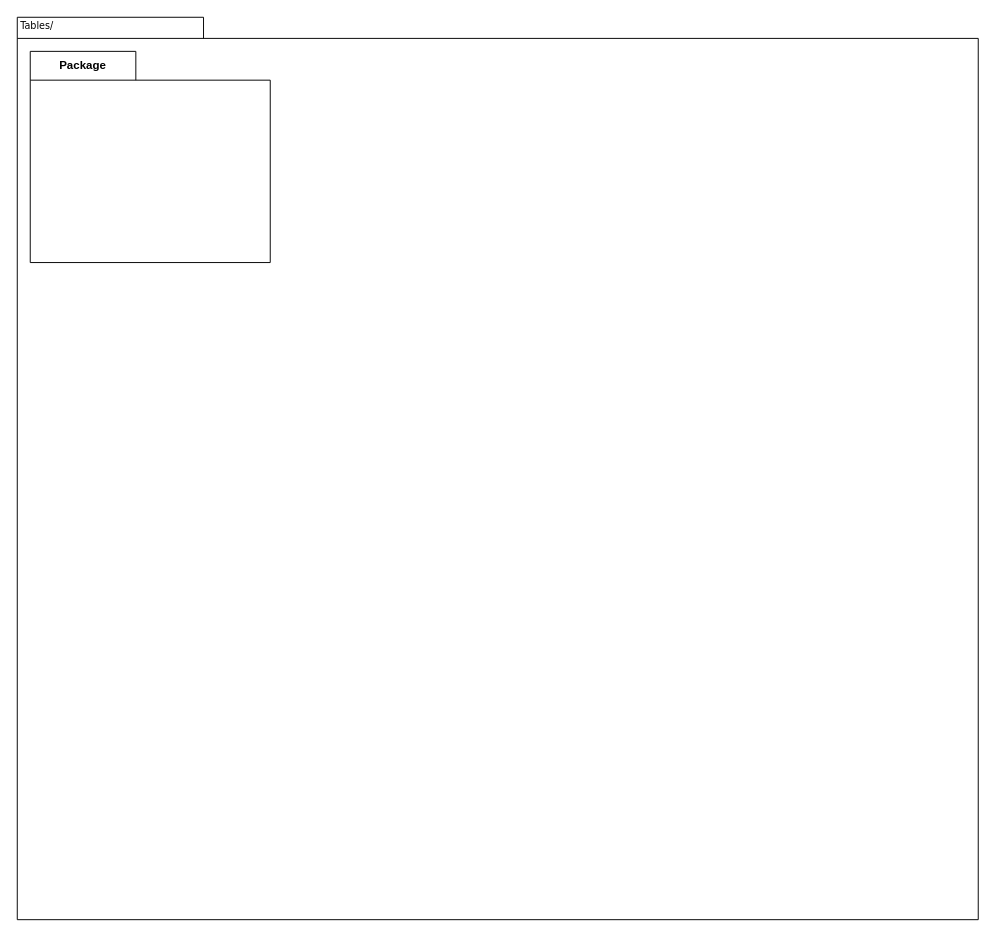
Above: .diagrams/tables-folder.drawio in Bilgecrank/hindsite (draw.io), before the change. Source tidied: cells renumbered, new cells numbered last; positions are measured from the earlier drawing's top-left corner, leaving out a move shared by most shapes. Both pictures are drawn from the tidied source at 96%, with x=0, y=0 at pixel (16, 16).
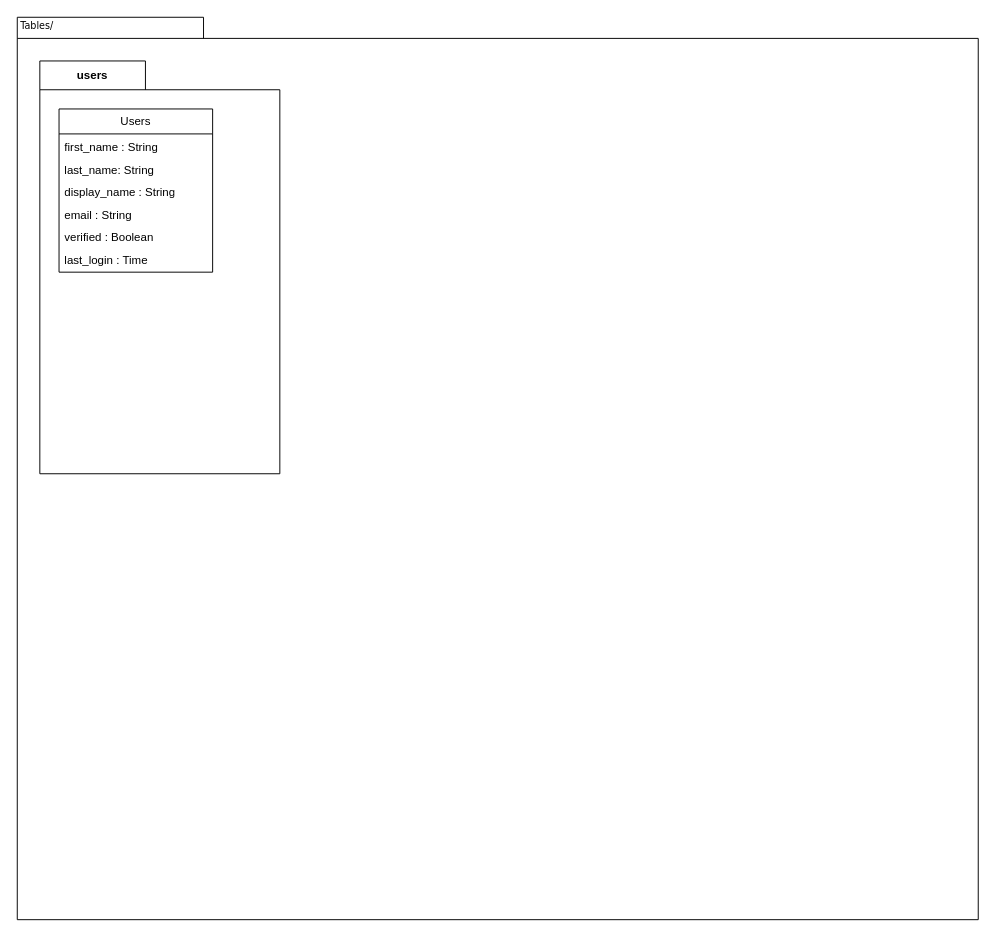
The same diagram, later.

Diff of the diagram source:
```diff
@@
 <mxGraphModel>
   <root>
     <mxCell id="0" />
     <mxCell id="1" parent="0" />
     <mxCell id="2" style="shape=folder;fontStyle=1;spacingTop=10;tabWidth=194;tabHeight=22;tabPosition=left;html=1;rounded=0;shadow=0;comic=0;labelBackgroundColor=none;strokeWidth=1;fillColor=none;fontFamily=Verdana;fontSize=10;align=center;" parent="1" vertex="1">
       <mxGeometry x="0.5" y="0.5" width="1001" height="940" as="geometry" />
     </mxCell>
     <mxCell id="3" value="Tables/" style="text;html=1;align=left;verticalAlign=top;spacingTop=-4;fontSize=10;fontFamily=Verdana;" parent="1" vertex="1">
       <mxGeometry x="1.5" y="0.5" width="130" height="20" as="geometry" />
     </mxCell>
-    <mxCell id="4" value="Package" style="shape=folder;fontStyle=1;tabWidth=110;tabHeight=30;tabPosition=left;html=1;boundedLbl=1;labelInHeader=1;whiteSpace=wrap;" parent="1" vertex="1">
-      <mxGeometry x="14" y="36" width="250" height="220" as="geometry" />
+    <mxCell id="4" value="users" style="shape=folder;fontStyle=1;tabWidth=110;tabHeight=30;tabPosition=left;html=1;boundedLbl=1;labelInHeader=1;whiteSpace=wrap;" parent="1" vertex="1">
+      <mxGeometry x="24" y="46" width="250" height="430" as="geometry" />
     </mxCell>
     <mxCell id="5" style="html=1;strokeColor=none;fillColor=none;whiteSpace=wrap;" parent="4" vertex="1">
-      <mxGeometry width="250" height="154" relative="1" as="geometry">
+      <mxGeometry width="250" height="236.5" relative="1" as="geometry">
         <mxPoint y="30" as="offset" />
       </mxGeometry>
     </mxCell>
+    <mxCell id="6" value="Users" style="swimlane;fontStyle=0;horizontal=1;startSize=26;fillColor=none;whiteSpace=wrap;html=1;" parent="4" vertex="1">
+      <mxGeometry x="20" y="50" width="160" height="170" as="geometry" />
+    </mxCell>
+    <mxCell id="7" value="first_name : String" style="text;strokeColor=none;fillColor=none;align=left;verticalAlign=top;spacingLeft=4;spacingRight=4;overflow=hidden;whiteSpace=wrap;html=1;" parent="6" vertex="1">
+      <mxGeometry y="26" width="160" height="23.5" as="geometry" />
+    </mxCell>
+    <mxCell id="8" value="last_name: String" style="text;strokeColor=none;fillColor=none;align=left;verticalAlign=top;spacingLeft=4;spacingRight=4;overflow=hidden;whiteSpace=wrap;html=1;" parent="6" vertex="1">
+      <mxGeometry y="49.5" width="160" height="23.5" as="geometry" />
+    </mxCell>
+    <mxCell id="9" value="display_name : String" style="text;strokeColor=none;fillColor=none;align=left;verticalAlign=top;spacingLeft=4;spacingRight=4;overflow=hidden;whiteSpace=wrap;html=1;" parent="6" vertex="1">
+      <mxGeometry y="73" width="160" height="23.5" as="geometry" />
+    </mxCell>
+    <mxCell id="10" value="email : String" style="text;strokeColor=none;fillColor=none;align=left;verticalAlign=top;spacingLeft=4;spacingRight=4;overflow=hidden;whiteSpace=wrap;html=1;" parent="6" vertex="1">
+      <mxGeometry y="96.5" width="160" height="23.5" as="geometry" />
+    </mxCell>
+    <mxCell id="11" value="verified : Boolean" style="text;strokeColor=none;fillColor=none;align=left;verticalAlign=top;spacingLeft=4;spacingRight=4;overflow=hidden;whiteSpace=wrap;html=1;" parent="6" vertex="1">
+      <mxGeometry y="120" width="160" height="23.5" as="geometry" />
+    </mxCell>
+    <mxCell id="12" value="last_login : Time" style="text;strokeColor=none;fillColor=none;align=left;verticalAlign=top;spacingLeft=4;spacingRight=4;overflow=hidden;whiteSpace=wrap;html=1;" parent="6" vertex="1">
+      <mxGeometry y="143.5" width="160" height="26.5" as="geometry" />
+    </mxCell>
   </root>
 </mxGraphModel>
```
